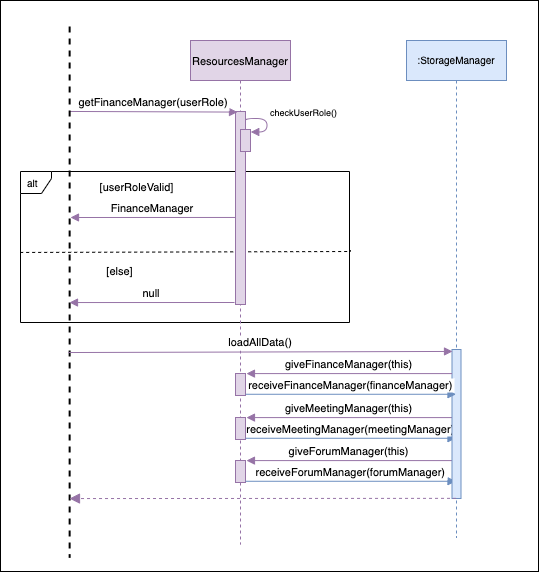
theeugenechong/tp keeps this draw.io diagram as docs/developerGuideDiagrams/resourcesSequenceDiagram.png. Above is the earlier version. Source tidied: cells renumbered, new cells last; positions are measured from the earlier drawing's top-left corner, leaving out a move shared by most shapes.
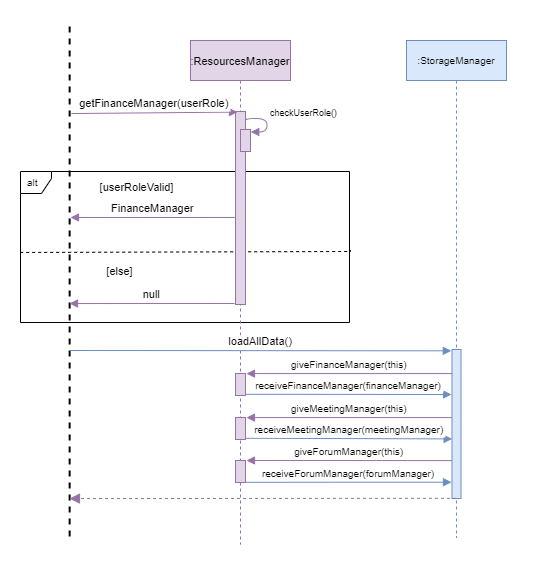
After the change.

Commit message:
Increased neatness of diagram, fixed arrows which were pointing wrongly

Change to the diagram source:
```diff
@@ -2,8 +2,8 @@
   <root>
     <mxCell id="0" />
     <mxCell id="1" parent="0" />
-    <mxCell id="2" value="&lt;b&gt;&lt;br&gt;&lt;/b&gt;" style="rounded=0;whiteSpace=wrap;html=1;" parent="1" vertex="1">
-      <mxGeometry width="538" height="571" as="geometry" />
+    <mxCell id="2" value="&lt;b&gt;&lt;br&gt;&lt;/b&gt;" style="rounded=0;whiteSpace=wrap;html=1;strokeColor=#FFFFFF;" parent="1" vertex="1">
+      <mxGeometry width="538" height="565" as="geometry" />
     </mxCell>
     <mxCell id="3" value="alt" style="shape=umlFrame;whiteSpace=wrap;html=1;width=31;height=22;boundedLbl=1;verticalAlign=middle;align=left;spacingLeft=5;fontSize=10;" parent="1" vertex="1">
       <mxGeometry x="20" y="171" width="329" height="151" as="geometry" />
@@ -16,7 +16,7 @@
         </Array>
       </mxGeometry>
     </mxCell>
-    <mxCell id="5" value="ResourcesManager" style="shape=umlLifeline;perimeter=lifelinePerimeter;rounded=0;shadow=0;strokeWidth=1;fontFamily=Helvetica;fontSize=11;fillColor=#e1d5e7;strokeColor=#9673a6;" parent="1" vertex="1">
+    <mxCell id="5" value=":ResourcesManager" style="shape=umlLifeline;perimeter=lifelinePerimeter;rounded=0;shadow=0;strokeWidth=1;fontFamily=Helvetica;fontSize=11;fillColor=#e1d5e7;strokeColor=#9673a6;" parent="1" vertex="1">
       <mxGeometry x="190" y="40" width="100" height="504" as="geometry" />
     </mxCell>
     <mxCell id="6" style="points=[];perimeter=orthogonalPerimeter;rounded=0;shadow=0;strokeWidth=1;fontFamily=Helvetica;fontSize=11;fillColor=#e1d5e7;strokeColor=#9673a6;" parent="5" vertex="1">
@@ -28,34 +28,25 @@
     <mxCell id="8" style="points=[];perimeter=orthogonalPerimeter;rounded=0;shadow=0;strokeWidth=1;fontFamily=Helvetica;fontSize=11;fillColor=#e1d5e7;strokeColor=#9673a6;" parent="5" vertex="1">
       <mxGeometry x="45" y="377" width="10" height="22" as="geometry" />
     </mxCell>
-    <mxCell id="9" value="giveMeetingManager(this)" style="verticalAlign=bottom;endArrow=block;shadow=0;strokeWidth=1;fontFamily=Helvetica;fontSize=11;fillColor=#e1d5e7;strokeColor=#9673a6;entryX=1.097;entryY=0.004;entryDx=0;entryDy=0;entryPerimeter=0;" parent="5" edge="1" target="8">
+    <mxCell id="9" value="giveMeetingManager(this)" style="verticalAlign=bottom;endArrow=block;shadow=0;strokeWidth=1;fontFamily=Helvetica;fontSize=10;fillColor=#e1d5e7;strokeColor=#9673a6;entryX=1.097;entryY=0.004;entryDx=0;entryDy=0;entryPerimeter=0;" parent="5" edge="1" target="8">
       <mxGeometry relative="1" as="geometry">
         <mxPoint x="261.5" y="377.1" as="sourcePoint" />
       </mxGeometry>
     </mxCell>
-    <mxCell id="10" value="receiveMeetingManager(meetingManager)" style="verticalAlign=bottom;endArrow=block;shadow=0;strokeWidth=1;fontFamily=Helvetica;fontSize=11;fillColor=#dae8fc;strokeColor=#6c8ebf;exitX=1.028;exitY=0.944;exitDx=0;exitDy=0;exitPerimeter=0;" parent="5" edge="1" source="8">
-      <mxGeometry relative="1" as="geometry">
-        <mxPoint x="265.5" y="397.8" as="targetPoint" />
-      </mxGeometry>
-    </mxCell>
     <mxCell id="11" style="points=[];perimeter=orthogonalPerimeter;rounded=0;shadow=0;strokeWidth=1;fontFamily=Helvetica;fontSize=11;fillColor=#e1d5e7;strokeColor=#9673a6;" parent="5" vertex="1">
       <mxGeometry x="45" y="420" width="10" height="22" as="geometry" />
     </mxCell>
-    <mxCell id="12" value="giveForumManager(this)" style="verticalAlign=bottom;endArrow=block;shadow=0;strokeWidth=1;fontFamily=Helvetica;fontSize=11;fillColor=#e1d5e7;strokeColor=#9673a6;entryX=1.097;entryY=0.004;entryDx=0;entryDy=0;entryPerimeter=0;" parent="5" edge="1" target="11">
+    <mxCell id="12" value="giveForumManager(this)" style="verticalAlign=bottom;endArrow=block;shadow=0;strokeWidth=1;fontFamily=Helvetica;fontSize=10;fillColor=#e1d5e7;strokeColor=#9673a6;" parent="5" edge="1">
       <mxGeometry relative="1" as="geometry">
         <mxPoint x="261.5" y="420.1" as="sourcePoint" />
+        <mxPoint x="56" y="420" as="targetPoint" />
       </mxGeometry>
     </mxCell>
-    <mxCell id="13" value="receiveForumManager(forumManager)" style="verticalAlign=bottom;endArrow=block;shadow=0;strokeWidth=1;fontFamily=Helvetica;fontSize=11;fillColor=#dae8fc;strokeColor=#6c8ebf;exitX=1.028;exitY=0.944;exitDx=0;exitDy=0;exitPerimeter=0;" parent="5" edge="1" source="11">
-      <mxGeometry relative="1" as="geometry">
-        <mxPoint x="265.5" y="440.8" as="targetPoint" />
-      </mxGeometry>
-    </mxCell>
-    <mxCell id="14" value="getFinanceManager(userRole)" style="verticalAlign=bottom;endArrow=block;shadow=0;strokeWidth=1;fontFamily=Helvetica;fontSize=11;fillColor=#e1d5e7;strokeColor=#9673a6;exitX=0.16;exitY=0.517;exitDx=0;exitDy=0;exitPerimeter=0;entryX=0.2;entryY=0.003;entryDx=0;entryDy=0;entryPerimeter=0;labelBorderColor=none;labelBackgroundColor=#FFFFFF;" parent="1" edge="1" source="15" target="6">
+    <mxCell id="14" value="getFinanceManager(userRole)" style="verticalAlign=bottom;endArrow=block;shadow=0;strokeWidth=1;fontFamily=Helvetica;fontSize=11;fillColor=#e1d5e7;strokeColor=#9673a6;exitX=0.17;exitY=0.275;exitDx=0;exitDy=0;exitPerimeter=0;entryX=0.2;entryY=0.003;entryDx=0;entryDy=0;entryPerimeter=0;labelBorderColor=none;labelBackgroundColor=#FFFFFF;" parent="1" edge="1" source="15" target="6">
       <mxGeometry relative="1" as="geometry" />
     </mxCell>
     <mxCell id="15" style="line;strokeWidth=2;direction=south;html=1;fontSize=10;dashed=1;" parent="1" vertex="1">
-      <mxGeometry x="65" y="26" width="8.3" height="531" as="geometry" />
+      <mxGeometry x="65" y="26" width="8.3" height="512" as="geometry" />
     </mxCell>
     <mxCell id="16" value=":StorageManager" style="shape=umlLifeline;perimeter=lifelinePerimeter;rounded=0;shadow=0;strokeWidth=1;fontFamily=Helvetica;fontSize=10;fillColor=#dae8fc;strokeColor=#6c8ebf;" parent="1" vertex="1">
       <mxGeometry x="406" y="40" width="100" height="497" as="geometry" />
@@ -69,10 +60,13 @@
     <mxCell id="19" value="[else]" style="text;html=1;align=center;verticalAlign=middle;strokeColor=none;fillColor=none;rounded=0;hachureGap=4;fontFamily=Helvetica;fontSize=11;" parent="1" vertex="1">
       <mxGeometry x="101" y="262" width="36" height="17" as="geometry" />
     </mxCell>
-    <mxCell id="20" style="verticalAlign=bottom;endArrow=block;dashed=1;endSize=8;shadow=0;strokeWidth=1;fontFamily=Helvetica;fontSize=11;fillColor=#e1d5e7;strokeColor=#9673a6;endFill=1;exitX=0.447;exitY=0.999;exitDx=0;exitDy=0;exitPerimeter=0;entryX=0.889;entryY=0.517;entryDx=0;entryDy=0;entryPerimeter=0;" parent="1" edge="1" source="17" target="15">
-      <mxGeometry x="0.01" relative="1" as="geometry" />
+    <mxCell id="20" style="verticalAlign=bottom;endArrow=block;dashed=1;endSize=8;shadow=0;strokeWidth=1;fontFamily=Helvetica;fontSize=11;fillColor=#e1d5e7;strokeColor=#9673a6;endFill=1;exitX=0.447;exitY=0.999;exitDx=0;exitDy=0;exitPerimeter=0;entryX=0.889;entryY=0.517;entryDx=0;entryDy=0;entryPerimeter=0;" parent="1" edge="1">
+      <mxGeometry x="0.01" relative="1" as="geometry">
+        <mxPoint x="455.5" y="497.9" as="sourcePoint" />
+        <mxPoint x="69" y="498.1" as="targetPoint" />
+      </mxGeometry>
     </mxCell>
-    <mxCell id="21" value="giveFinanceManager(this)" style="verticalAlign=bottom;endArrow=block;shadow=0;strokeWidth=1;fontFamily=Helvetica;fontSize=11;fillColor=#e1d5e7;strokeColor=#9673a6;entryX=1.097;entryY=0.004;entryDx=0;entryDy=0;entryPerimeter=0;" parent="1" edge="1" source="17" target="7">
+    <mxCell id="21" value="giveFinanceManager(this)" style="verticalAlign=bottom;endArrow=block;shadow=0;strokeWidth=1;fontFamily=Helvetica;fontSize=10;fillColor=#e1d5e7;strokeColor=#9673a6;entryX=1.097;entryY=0.004;entryDx=0;entryDy=0;entryPerimeter=0;" parent="1" edge="1" source="17" target="7">
       <mxGeometry relative="1" as="geometry" />
     </mxCell>
     <mxCell id="22" style="curved=1;endArrow=block;html=1;rounded=0;fontFamily=Helvetica;fontSize=10;edgeStyle=orthogonalEdgeStyle;entryX=0.976;entryY=0.048;entryDx=0;entryDy=0;entryPerimeter=0;exitX=1.052;exitY=0.177;exitDx=0;exitDy=0;exitPerimeter=0;fillColor=#e1d5e7;strokeColor=#9673a6;endFill=1;" parent="1" edge="1">
@@ -99,15 +93,28 @@
     </mxCell>
     <mxCell id="26" value="null" style="verticalAlign=bottom;endArrow=block;shadow=0;strokeWidth=1;fontFamily=Helvetica;fontSize=11;fillColor=#e1d5e7;strokeColor=#9673a6;exitX=0;exitY=0.549;exitDx=0;exitDy=0;exitPerimeter=0;" parent="1" edge="1">
       <mxGeometry relative="1" as="geometry">
-        <mxPoint x="234" y="302" as="sourcePoint" />
-        <mxPoint x="69" y="302" as="targetPoint" />
+        <mxPoint x="234" y="303" as="sourcePoint" />
+        <mxPoint x="69" y="303" as="targetPoint" />
       </mxGeometry>
     </mxCell>
-    <mxCell id="27" value="loadAllData()" style="verticalAlign=bottom;endArrow=block;shadow=0;strokeWidth=1;fontFamily=Helvetica;fontSize=11;fillColor=#e1d5e7;strokeColor=#9673a6;exitX=0.614;exitY=0.638;exitDx=0;exitDy=0;exitPerimeter=0;labelBackgroundColor=#FFFFFF;entryX=0.056;entryY=0.013;entryDx=0;entryDy=0;entryPerimeter=0;" parent="1" edge="1" source="15" target="17">
-      <mxGeometry relative="1" as="geometry" />
+    <mxCell id="27" value="loadAllData()" style="verticalAlign=bottom;endArrow=block;shadow=0;strokeWidth=1;fontFamily=Helvetica;fontSize=11;fillColor=#dae8fc;strokeColor=#6c8ebf;labelBackgroundColor=#FFFFFF;entryX=-0.08;entryY=0.009;entryDx=0;entryDy=0;entryPerimeter=0;" parent="1" edge="1" target="17">
+      <mxGeometry relative="1" as="geometry">
+        <mxPoint x="69" y="350" as="sourcePoint" />
+      </mxGeometry>
     </mxCell>
-    <mxCell id="28" value="receiveFinanceManager(financeManager)" style="verticalAlign=bottom;endArrow=block;shadow=0;strokeWidth=1;fontFamily=Helvetica;fontSize=11;fillColor=#dae8fc;strokeColor=#6c8ebf;exitX=1.028;exitY=0.944;exitDx=0;exitDy=0;exitPerimeter=0;" parent="1" edge="1" source="7" target="16">
-      <mxGeometry relative="1" as="geometry" />
+    <mxCell id="28" value="receiveFinanceManager(financeManager)" style="verticalAlign=bottom;endArrow=block;shadow=0;strokeWidth=1;fontFamily=Helvetica;fontSize=10;fillColor=#dae8fc;strokeColor=#6c8ebf;exitX=1.028;exitY=0.944;exitDx=0;exitDy=0;exitPerimeter=0;" parent="1" edge="1" source="7">
+      <mxGeometry relative="1" as="geometry">
+        <mxPoint x="451" y="394" as="targetPoint" />
+      </mxGeometry>
     </mxCell>
+    <mxCell id="10" value="receiveMeetingManager(meetingManager)" style="verticalAlign=bottom;endArrow=block;shadow=0;strokeWidth=1;fontFamily=Helvetica;fontSize=10;fillColor=#dae8fc;strokeColor=#6c8ebf;exitX=1.028;exitY=0.944;exitDx=0;exitDy=0;exitPerimeter=0;entryX=0.019;entryY=0.6;entryDx=0;entryDy=0;entryPerimeter=0;" parent="1" edge="1" source="8" target="17">
+      <mxGeometry relative="1" as="geometry" />
+    </mxCell>
+    <mxCell id="13" value="receiveForumManager(forumManager)" style="verticalAlign=bottom;endArrow=block;shadow=0;strokeWidth=1;fontFamily=Helvetica;fontSize=10;fillColor=#dae8fc;strokeColor=#6c8ebf;exitX=1.028;exitY=0.944;exitDx=0;exitDy=0;exitPerimeter=0;entryX=-0.056;entryY=0.884;entryDx=0;entryDy=0;entryPerimeter=0;" parent="1" edge="1">
+      <mxGeometry relative="1" as="geometry">
+        <mxPoint x="245.3" y="481.8" as="sourcePoint" />
+        <mxPoint x="451" y="481.7" as="targetPoint" />
+      </mxGeometry>
+    </mxCell>
   </root>
 </mxGraphModel>
```
